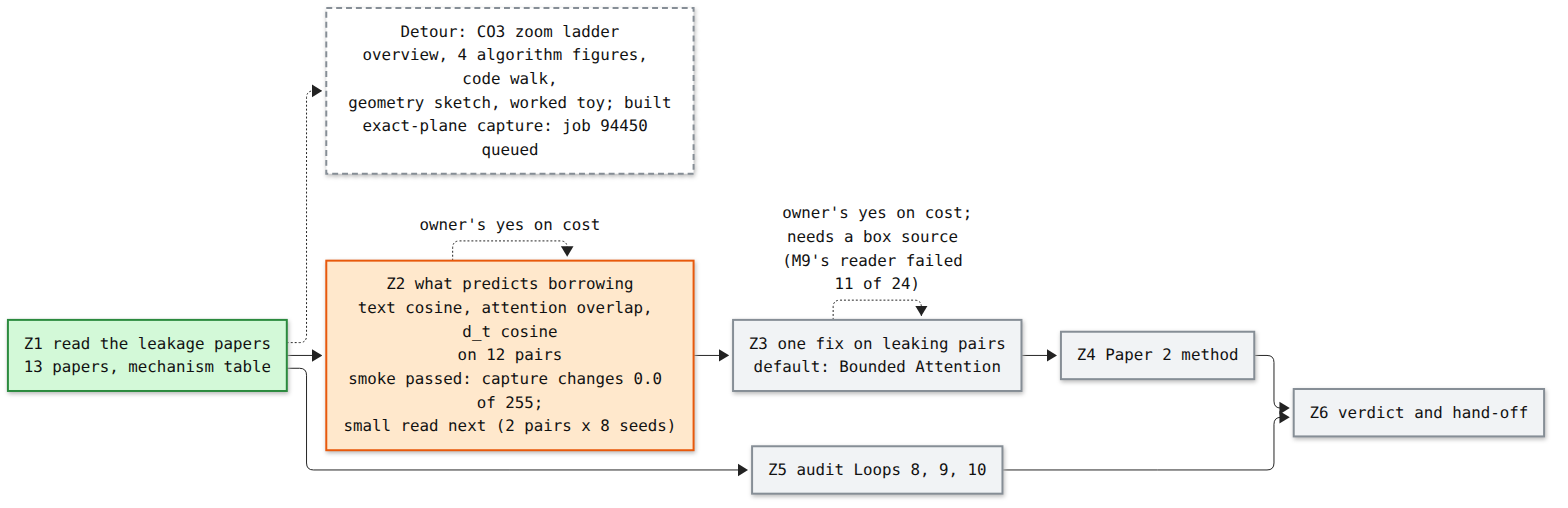
Above: artifacts/notes/progress/leakage/loop-12-progress.png in mo-rsa24/concept-composition (Mermaid), before the change. Its source is kept beside it as artifacts/notes/progress/leakage/loop-12-progress.mmd.
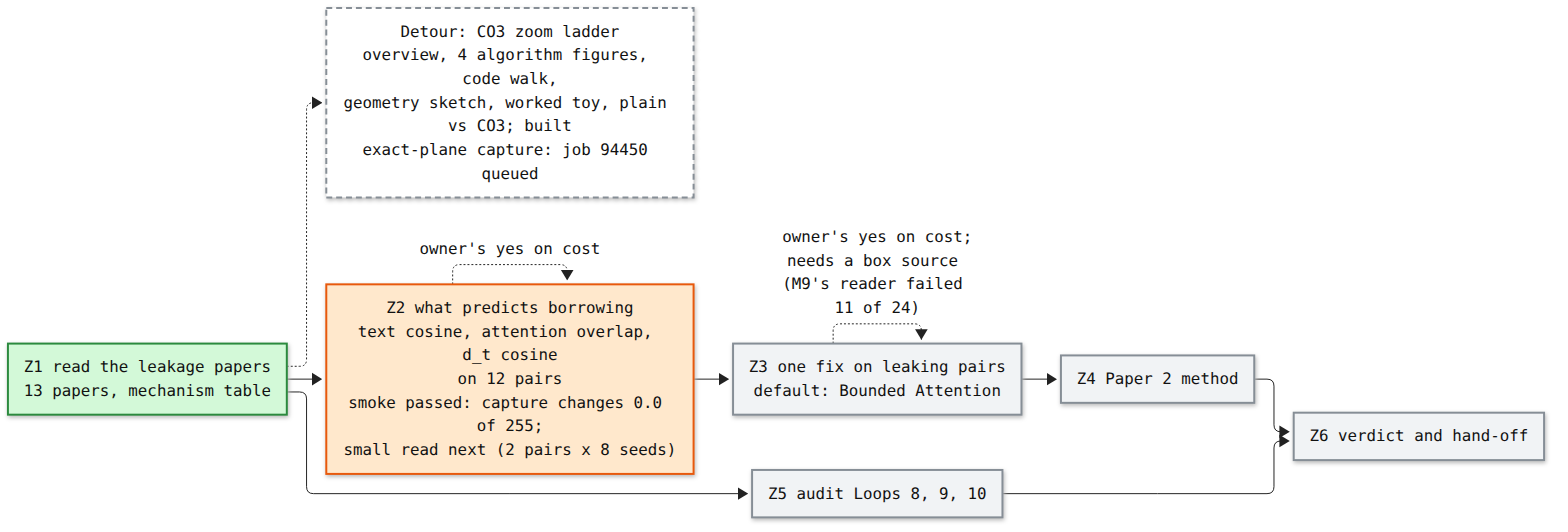
After the commit.

Commit message:
Loop 12 map: ladder detour holds plain vs CO3

Diff of the diagram source:
```diff
@@ -6,7 +6,7 @@
   Z4["Z4 Paper 2 method"]:::todo
   Z5["Z5 audit Loops 8, 9, 10"]:::todo
   Z6["Z6 verdict and hand-off"]:::todo
-  LAD["Detour: CO3 zoom ladder<br/>overview, 4 algorithm figures, code walk,<br/>geometry sketch, worked toy; built<br/>exact-plane capture: job 94450 queued"]:::detour
+  LAD["Detour: CO3 zoom ladder<br/>overview, 4 algorithm figures, code walk,<br/>geometry sketch, worked toy, plain vs CO3; built<br/>exact-plane capture: job 94450 queued"]:::detour
   Z1 -.-> LAD
   Z1 --> Z2 --> Z3 --> Z4 --> Z6
   Z1 --> Z5 --> Z6
```
